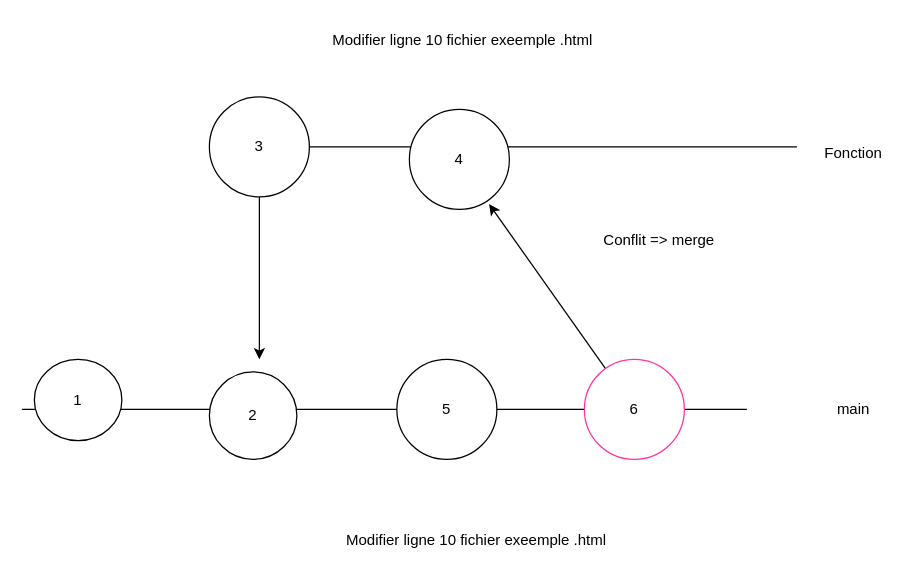
Earlier version of the draw.io diagram jour2/02-conflit.drawio (ayodejifelicia29/demo-github). Source tidied: cells renumbered, new cells numbered last; positions are measured from the earlier drawing's top-left corner, leaving out a move shared by most shapes. Both pictures are drawn from the tidied source at 125%, with x=0, y=0 at pixel (21, 21).
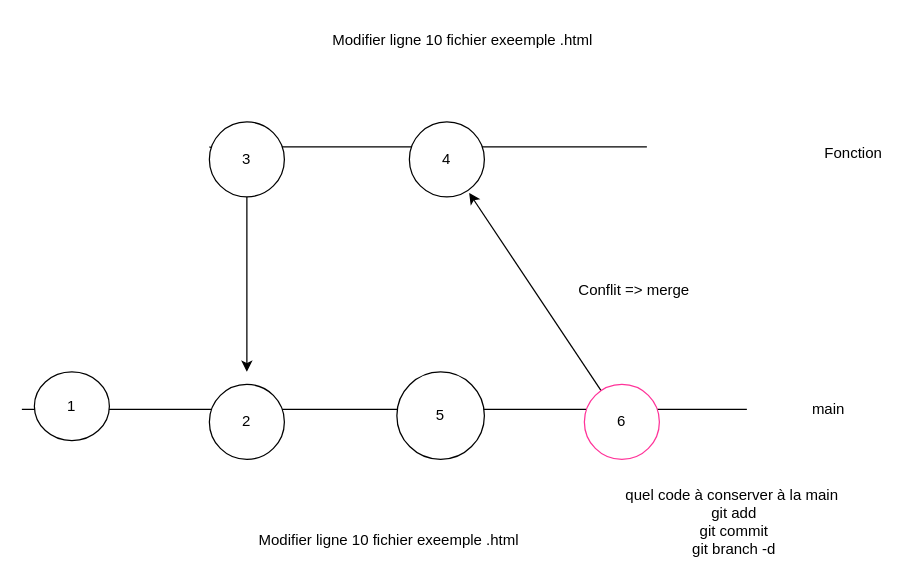
The same page after the edit.

Change to the diagram source:
```diff
@@
     <mxCell id="3" value="main" style="text;html=1;align=center;verticalAlign=middle;strokeColor=none;fillColor=none;" parent="1" vertex="1">
-      <mxGeometry x="640" y="295" width="50" height="30" as="geometry" />
+      <mxGeometry x="620" y="295" width="50" height="30" as="geometry" />
     </mxCell>
@@
     <mxCell id="6" value="1" style="ellipse;whiteSpace=wrap;html=1;" parent="1" vertex="1">
-      <mxGeometry x="10" y="270" width="70" height="65" as="geometry" />
+      <mxGeometry x="10" y="280" width="60" height="55" as="geometry" />
     </mxCell>
     <mxCell id="7" value="2" style="ellipse;whiteSpace=wrap;html=1;" parent="1" vertex="1">
-      <mxGeometry x="150" y="280" width="70" height="70" as="geometry" />
+      <mxGeometry x="150" y="290" width="60" height="60" as="geometry" />
     </mxCell>
     <mxCell id="8" style="endArrow=none;html=1;" parent="1" edge="1" target="10">
       <mxGeometry relative="1" as="geometry">
-        <mxPoint x="620" y="100" as="sourcePoint" />
+        <mxPoint x="500" y="100" as="sourcePoint" />
         <Array as="points">
           <mxPoint x="180" y="100" />
         </Array>
       </mxGeometry>
     </mxCell>
     <mxCell id="9" style="edgeStyle=none;html=1;" parent="1" edge="1" source="10">
       <mxGeometry relative="1" as="geometry">
-        <mxPoint x="190" y="270" as="targetPoint" />
+        <mxPoint x="180" y="280" as="targetPoint" />
       </mxGeometry>
     </mxCell>
     <mxCell id="10" value="3" style="ellipse;whiteSpace=wrap;html=1;" parent="1" vertex="1">
-      <mxGeometry x="150" y="60" width="80" height="80" as="geometry" />
+      <mxGeometry x="150" y="80" width="60" height="60" as="geometry" />
     </mxCell>
     <mxCell id="11" value="4" style="ellipse;whiteSpace=wrap;html=1;" parent="1" vertex="1">
-      <mxGeometry x="310" y="70" width="80" height="80" as="geometry" />
+      <mxGeometry x="310" y="80" width="60" height="60" as="geometry" />
     </mxCell>
@@
     <mxCell id="13" value="Modifier ligne 10 fichier exeemple .html&amp;nbsp;" style="text;html=1;align=center;verticalAlign=middle;strokeColor=none;fillColor=none;" parent="1" vertex="1">
-      <mxGeometry x="250" y="400" width="230" height="30" as="geometry" />
+      <mxGeometry x="180" y="400" width="230" height="30" as="geometry" />
     </mxCell>
     <mxCell id="14" value="5" style="ellipse;whiteSpace=wrap;html=1;" parent="1" vertex="1">
-      <mxGeometry x="300" y="270" width="80" height="80" as="geometry" />
+      <mxGeometry x="300" y="280" width="70" height="70" as="geometry" />
     </mxCell>
@@
     <mxCell id="16" value="6" style="ellipse;whiteSpace=wrap;html=1;strokeColor=#FF3399;" parent="1" vertex="1">
-      <mxGeometry x="450" y="270" width="80" height="80" as="geometry" />
+      <mxGeometry x="450" y="290" width="60" height="60" as="geometry" />
     </mxCell>
     <mxCell id="17" value="Conflit =&amp;gt; merge" style="text;html=1;strokeColor=none;fillColor=none;align=center;verticalAlign=middle;whiteSpace=wrap;rounded=0;" parent="1" vertex="1">
-      <mxGeometry x="450" y="160" width="120" height="30" as="geometry" />
+      <mxGeometry x="430" y="200" width="120" height="30" as="geometry" />
     </mxCell>
+    <mxCell id="18" value="quel code à conserver à la main&amp;nbsp;&lt;br&gt;git add&lt;br&gt;git commit&lt;br&gt;git branch -d" style="text;html=1;strokeColor=none;fillColor=none;align=center;verticalAlign=middle;whiteSpace=wrap;rounded=0;" parent="1" vertex="1">
+      <mxGeometry x="470" y="370" width="200" height="60" as="geometry" />
+    </mxCell>
```
